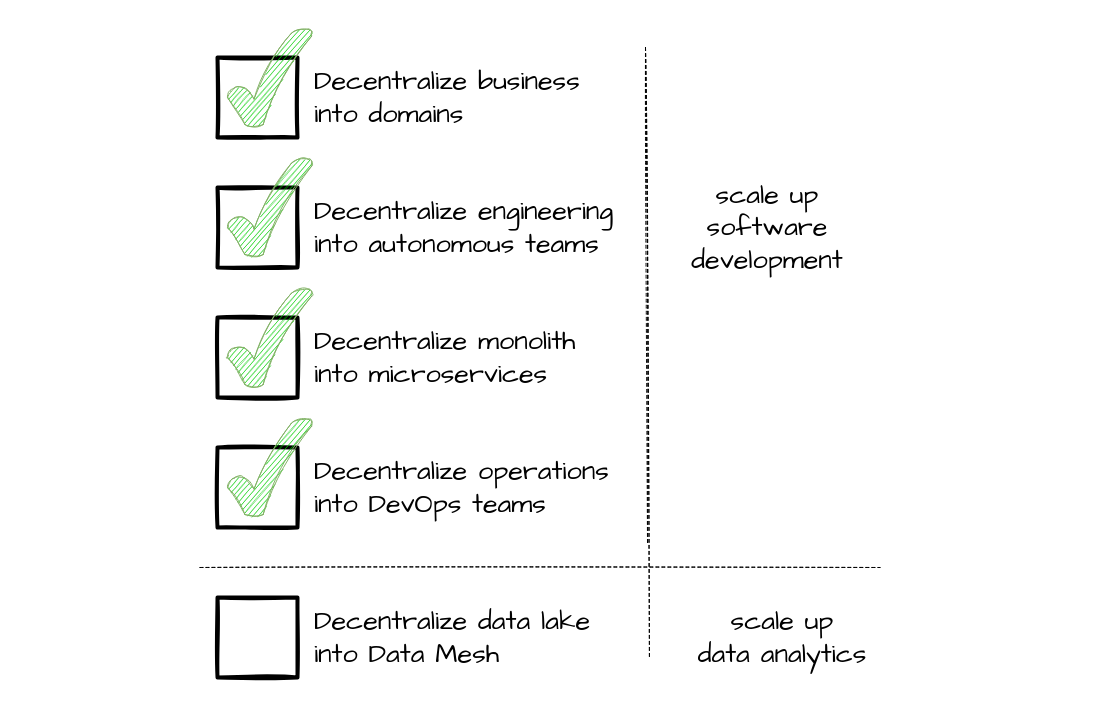
Above: diagrams/whychecklist.drawio in datamesh-architecture/datamesh-architecture.com (draw.io), before the change. Source tidied: cells renumbered, new cells numbered last; positions are measured from the earlier drawing's top-left corner, leaving out a move shared by most shapes. Both pictures are drawn from the tidied source at 100%, with x=0, y=0 at pixel (17, 17).
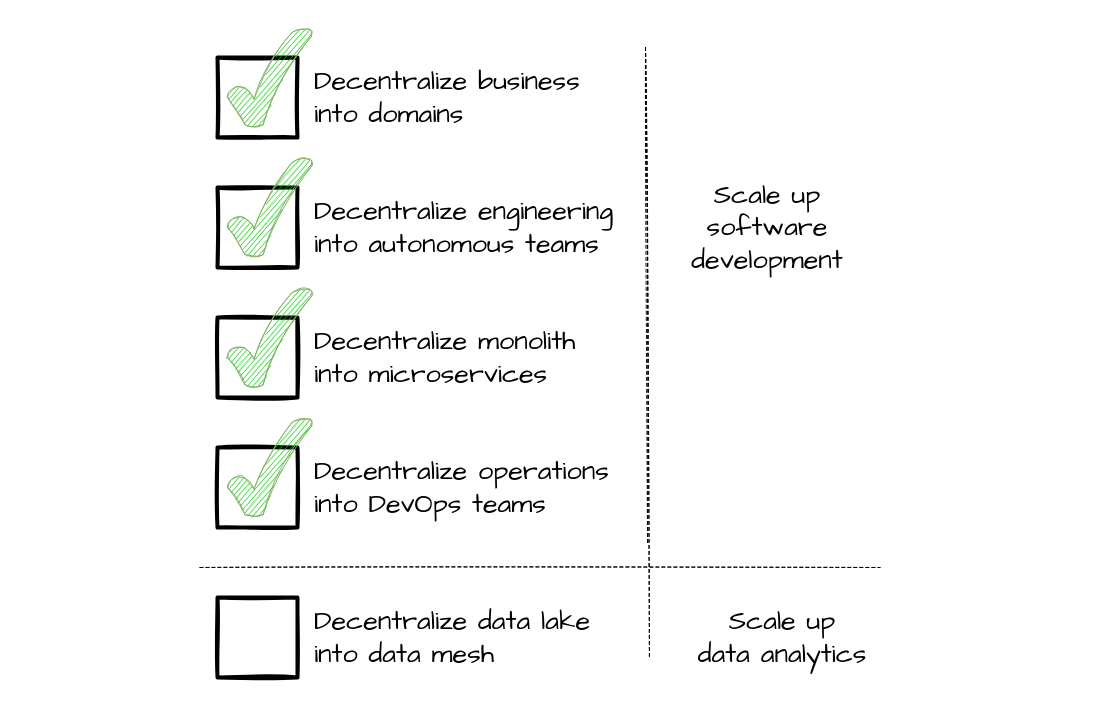
Above is the later version.

What changed in the source:
```diff
@@
-    <mxCell id="13" value="Decentralize data lake &lt;br&gt;into Data Mesh" style="text;html=1;strokeColor=none;fillColor=none;align=left;verticalAlign=middle;whiteSpace=wrap;rounded=0;fontSize=27;sketch=1;fontFamily=Architects Daughter;" parent="1" vertex="1">
+    <mxCell id="13" value="Decentralize data lake &lt;br&gt;into data mesh" style="text;html=1;strokeColor=none;fillColor=none;align=left;verticalAlign=middle;whiteSpace=wrap;rounded=0;fontSize=27;sketch=1;fontFamily=Architects Daughter;" parent="1" vertex="1">
       <mxGeometry x="295" y="605" width="395" height="30" as="geometry" />
     </mxCell>
@@
-    <mxCell id="15" value="scale up software development" style="text;html=1;strokeColor=none;fillColor=none;align=center;verticalAlign=middle;whiteSpace=wrap;rounded=0;labelBackgroundColor=none;fontSize=27;fontColor=none;sketch=1;fontFamily=Architects Daughter;" parent="1" vertex="1">
+    <mxCell id="15" value="Scale up software development" style="text;html=1;strokeColor=none;fillColor=none;align=center;verticalAlign=middle;whiteSpace=wrap;rounded=0;labelBackgroundColor=none;fontSize=27;fontColor=none;sketch=1;fontFamily=Architects Daughter;" parent="1" vertex="1">
       <mxGeometry x="710" y="195" width="80" height="30" as="geometry" />
     </mxCell>
@@
-    <mxCell id="17" value="scale up&lt;br&gt;data analytics" style="text;html=1;strokeColor=none;fillColor=none;align=center;verticalAlign=middle;whiteSpace=wrap;rounded=0;labelBackgroundColor=none;fontSize=27;fontColor=none;sketch=1;fontFamily=Architects Daughter;" parent="1" vertex="1">
+    <mxCell id="17" value="Scale up&lt;br&gt;data analytics" style="text;html=1;strokeColor=none;fillColor=none;align=center;verticalAlign=middle;whiteSpace=wrap;rounded=0;labelBackgroundColor=none;fontSize=27;fontColor=none;sketch=1;fontFamily=Architects Daughter;" parent="1" vertex="1">
       <mxGeometry x="670" y="605" width="190" height="30" as="geometry" />
     </mxCell>
```
